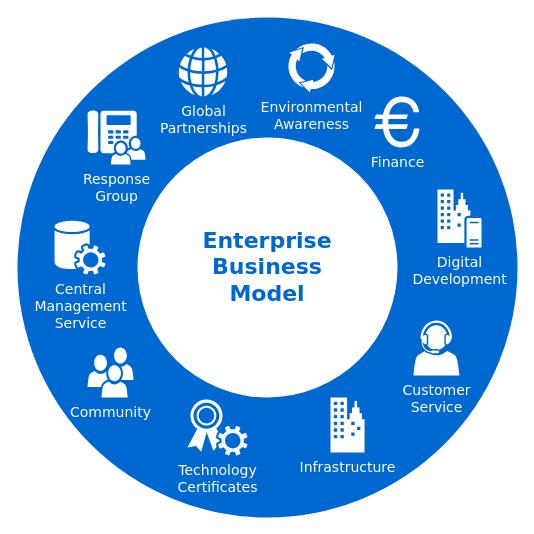
This is DosR.drawio from bild12/Celerix, a draw.io file, before an edit. Source tidied: cells renumbered, new cells numbered last; positions are measured from the earlier drawing's top-left corner, leaving out a move shared by most shapes. Both pictures are drawn from the tidied source at 100%, with x=0, y=0 at pixel (17, 17).
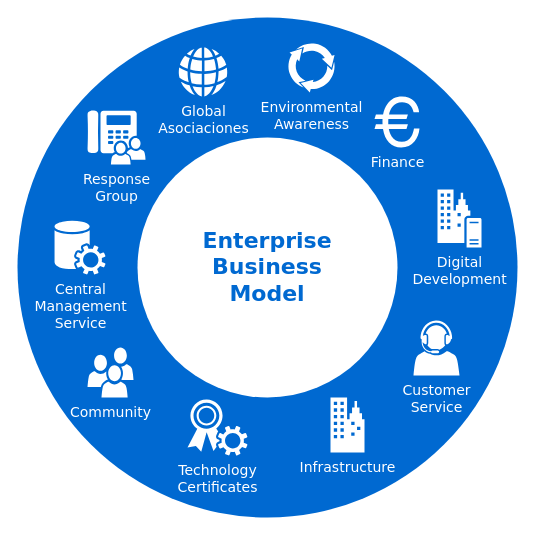
Above is the later version.

What changed in the source:
```diff
@@
 <mxGraphModel>
   <root>
     <mxCell id="0" />
     <mxCell id="1" parent="0" />
     <mxCell id="2" style="ellipse;whiteSpace=wrap;html=1;rounded=0;shadow=0;comic=0;strokeWidth=1;fontFamily=Verdana;fontSize=14;strokeColor=none;fillColor=#0069D1;" parent="1" vertex="1">
       <mxGeometry width="500" height="500" as="geometry" />
     </mxCell>
     <mxCell id="3" value="Enterprise&lt;div&gt;Business&lt;/div&gt;&lt;div&gt;Model&lt;/div&gt;" style="ellipse;whiteSpace=wrap;html=1;rounded=0;shadow=0;comic=0;strokeWidth=1;fontFamily=Verdana;fontSize=22;strokeColor=none;fillColor=#ffffff;fontColor=#0069D1;fontStyle=1;" parent="1" vertex="1">
       <mxGeometry x="120" y="120" width="260" height="260" as="geometry" />
     </mxCell>
     <mxCell id="4" value="Community" style="shadow=0;dashed=0;html=1;strokeColor=none;fillColor=#ffffff;labelPosition=center;verticalLabelPosition=bottom;verticalAlign=top;shape=mxgraph.office.users.users;rounded=0;comic=0;fontFamily=Verdana;fontSize=14;fontColor=#FFFFFF;" parent="1" vertex="1">
       <mxGeometry x="70" y="330" width="46" height="50" as="geometry" />
     </mxCell>
     <mxCell id="5" value="Customer&lt;div&gt;Service&lt;/div&gt;" style="shadow=0;dashed=0;html=1;strokeColor=none;fillColor=#ffffff;labelPosition=center;verticalLabelPosition=bottom;verticalAlign=top;shape=mxgraph.office.users.call_center_agent;rounded=0;comic=0;fontFamily=Verdana;fontSize=14;fontColor=#FFFFFF;" parent="1" vertex="1">
       <mxGeometry x="396" y="303" width="46" height="55" as="geometry" />
     </mxCell>
     <mxCell id="6" value="Response&lt;div&gt;Group&lt;/div&gt;" style="shadow=0;dashed=0;html=1;strokeColor=none;fillColor=#ffffff;labelPosition=center;verticalLabelPosition=bottom;verticalAlign=top;shape=mxgraph.office.users.response_group;rounded=0;comic=0;fontFamily=Verdana;fontSize=14;fontColor=#FFFFFF;" parent="1" vertex="1">
       <mxGeometry x="70" y="93" width="58" height="54" as="geometry" />
     </mxCell>
     <mxCell id="7" value="Central&lt;div&gt;Management&lt;/div&gt;&lt;div&gt;Service&lt;/div&gt;" style="shadow=0;dashed=0;html=1;strokeColor=none;fillColor=#ffffff;labelPosition=center;verticalLabelPosition=bottom;verticalAlign=top;shape=mxgraph.office.services.central_management_service;rounded=0;comic=0;fontFamily=Verdana;fontSize=14;fontColor=#FFFFFF;" parent="1" vertex="1">
       <mxGeometry x="37" y="203" width="51" height="54" as="geometry" />
     </mxCell>
     <mxCell id="8" value="Digital&lt;div&gt;Development&lt;/div&gt;" style="shadow=0;dashed=0;html=1;strokeColor=none;fillColor=#ffffff;labelPosition=center;verticalLabelPosition=bottom;verticalAlign=top;shape=mxgraph.office.servers.on_premises_server;rounded=0;comic=0;fontFamily=Verdana;fontSize=14;fontColor=#FFFFFF;" parent="1" vertex="1">
       <mxGeometry x="420" y="172" width="44" height="58" as="geometry" />
     </mxCell>
     <mxCell id="9" value="Technology&lt;div&gt;Certificates&lt;/div&gt;" style="shadow=0;dashed=0;html=1;strokeColor=none;fillColor=#ffffff;labelPosition=center;verticalLabelPosition=bottom;verticalAlign=top;shape=mxgraph.office.security.token_service;rounded=0;comic=0;fontFamily=Verdana;fontSize=14;fontColor=#FFFFFF;" parent="1" vertex="1">
       <mxGeometry x="170" y="382" width="60" height="56" as="geometry" />
     </mxCell>
     <mxCell id="10" value="Infrastructure" style="shadow=0;dashed=0;html=1;strokeColor=none;fillColor=#ffffff;labelPosition=center;verticalLabelPosition=bottom;verticalAlign=top;shape=mxgraph.office.concepts.on_premises;rounded=0;comic=0;fontFamily=Verdana;fontSize=14;fontColor=#FFFFFF;" parent="1" vertex="1">
       <mxGeometry x="313" y="380" width="34" height="55" as="geometry" />
     </mxCell>
-    <mxCell id="11" value="Global&lt;div&gt;Partnerships&lt;/div&gt;" style="shadow=0;dashed=0;html=1;strokeColor=none;fillColor=#ffffff;labelPosition=center;verticalLabelPosition=bottom;verticalAlign=top;shape=mxgraph.office.concepts.globe_internet;rounded=0;comic=0;fontFamily=Verdana;fontSize=14;fontColor=#FFFFFF;" parent="1" vertex="1">
+    <mxCell id="11" value="Global&lt;div&gt;Asociaciones&lt;/div&gt;" style="shadow=0;dashed=0;html=1;strokeColor=none;fillColor=#ffffff;labelPosition=center;verticalLabelPosition=bottom;verticalAlign=top;shape=mxgraph.office.concepts.globe_internet;rounded=0;comic=0;fontFamily=Verdana;fontSize=14;fontColor=#FFFFFF;" parent="1" vertex="1">
       <mxGeometry x="161" y="30" width="49" height="49" as="geometry" />
     </mxCell>
     <mxCell id="12" value="Environmental&lt;div&gt;Awareness&lt;/div&gt;" style="shadow=0;dashed=0;html=1;strokeColor=none;shape=mxgraph.mscae.general.continuous_cycle;fillColor=#ffffff;rounded=0;comic=0;fontFamily=Verdana;fontSize=14;fontColor=#FFFFFF;verticalAlign=top;labelPosition=center;verticalLabelPosition=bottom;align=center;" parent="1" vertex="1">
       <mxGeometry x="270" y="25" width="48" height="50" as="geometry" />
     </mxCell>
     <mxCell id="13" value="Finance" style="shape=mxgraph.signs.travel.euro;html=1;fillColor=#ffffff;strokeColor=none;verticalLabelPosition=bottom;verticalAlign=top;align=center;rounded=0;shadow=0;dashed=0;comic=0;fontFamily=Verdana;fontSize=14;fontColor=#FFFFFF;" parent="1" vertex="1">
       <mxGeometry x="357" y="79" width="45" height="51" as="geometry" />
     </mxCell>
   </root>
 </mxGraphModel>
```
